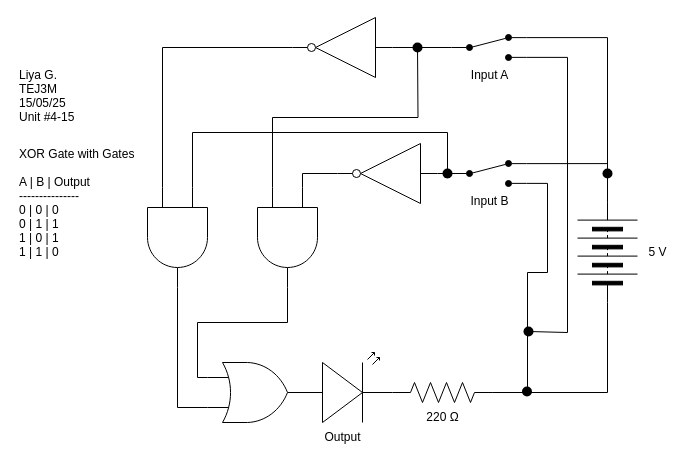
The draw.io diagram Unit 4-15/4-15.drawio in Liya-Getachew/TEJ3M-Unit4, before the edit. Source tidied: cells renumbered, new cells numbered last; positions are measured from the earlier drawing's top-left corner, leaving out a move shared by most shapes. Both pictures are drawn from the tidied source at 100%, with x=0, y=0 at pixel (17, 17).
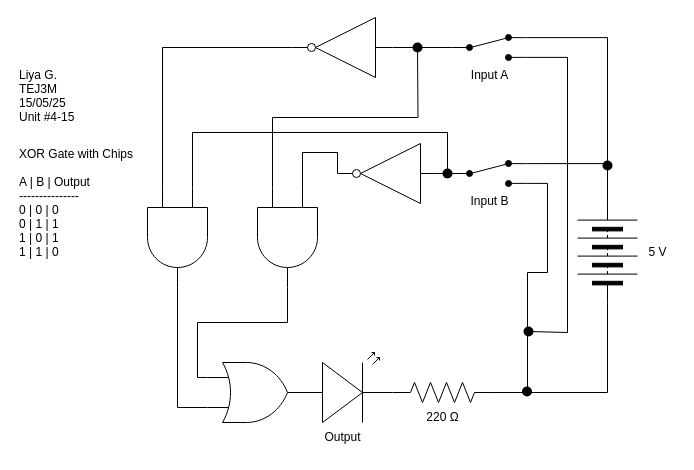
Above is the later version.

The change refers to these unchanged cells:
```xml
<mxCell id="26" style="verticalLabelPosition=bottom;shadow=0;dashed=0;align=center;html=1;verticalAlign=top;shape=mxgraph.electrical.logic_gates.inverter_2;rotation=-180;" parent="1" vertex="1">
  <mxGeometry x="320" y="126" width="100" height="60" as="geometry" />
</mxCell>
<mxCell id="30" style="verticalLabelPosition=bottom;shadow=0;dashed=0;align=center;html=1;verticalAlign=top;shape=mxgraph.electrical.logic_gates.logic_gate;operation=and;rotation=90;" parent="1" vertex="1">
  <mxGeometry x="220" y="190" width="100" height="60" as="geometry" />
</mxCell>
```

The edit, as a diff of the source:
```diff
@@
-    <mxCell id="16" value="XOR Gate with Gates&#10;&#10;A | B | Output&#10;---------------&#10;0 | 0 | 0&#10;0 | 1 | 1&#10;1 | 0 | 1&#10;1 | 1 | 0" style="text;align=left;verticalAlign=middle;strokeColor=none;fillColor=none;" parent="1" vertex="1">
+    <mxCell id="16" value="XOR Gate with Chips&#10;&#10;A | B | Output&#10;---------------&#10;0 | 0 | 0&#10;0 | 1 | 1&#10;1 | 0 | 1&#10;1 | 1 | 0" style="text;align=left;verticalAlign=middle;strokeColor=none;fillColor=none;" parent="1" vertex="1">
       <mxGeometry y="120" width="140" height="130" as="geometry" />
     </mxCell>
@@
     <mxCell id="20" style="shape=waypoint;sketch=0;size=6;fillColor=none;perimeter=centerPerimeter;strokeWidth=3;" parent="1" vertex="1">
-      <mxGeometry x="580" y="146" width="20" height="20" as="geometry" />
+      <mxGeometry x="580" y="138" width="20" height="20" as="geometry" />
     </mxCell>
@@
     <mxCell id="33" style="edgeStyle=orthogonalEdgeStyle;html=1;exitX=1;exitY=0.5;exitDx=0;exitDy=0;exitPerimeter=0;entryX=0;entryY=0.25;entryDx=0;entryDy=0;entryPerimeter=0;rounded=0;endArrow=none;endFill=0;" parent="1" edge="1" source="26" target="30">
-      <mxGeometry relative="1" as="geometry" />
+      <mxGeometry relative="1" as="geometry">
+        <Array as="points">
+          <mxPoint x="320" y="135" />
+          <mxPoint x="285" y="135" />
+        </Array>
+      </mxGeometry>
     </mxCell>
```
